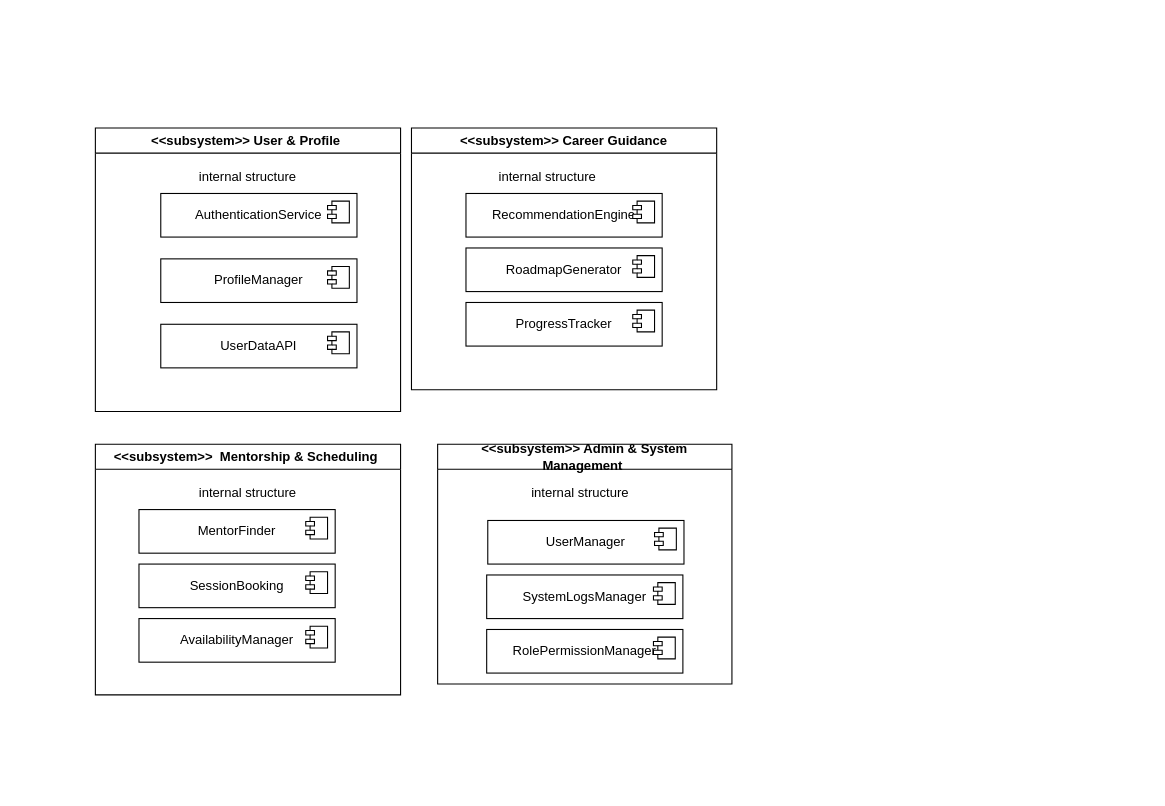
mervepakcan/Career-Path-App--Software-Development-Project- keeps this draw.io diagram as ADD_Component_Diagram_Merve_Pakcan.drawio. Above is the earlier version. Source tidied: cells renumbered, new cells numbered last; positions are measured from the earlier drawing's top-left corner, leaving out a move shared by most shapes. Both pictures are drawn from the tidied source at 109%, with x=0, y=0 at pixel (95, 128).
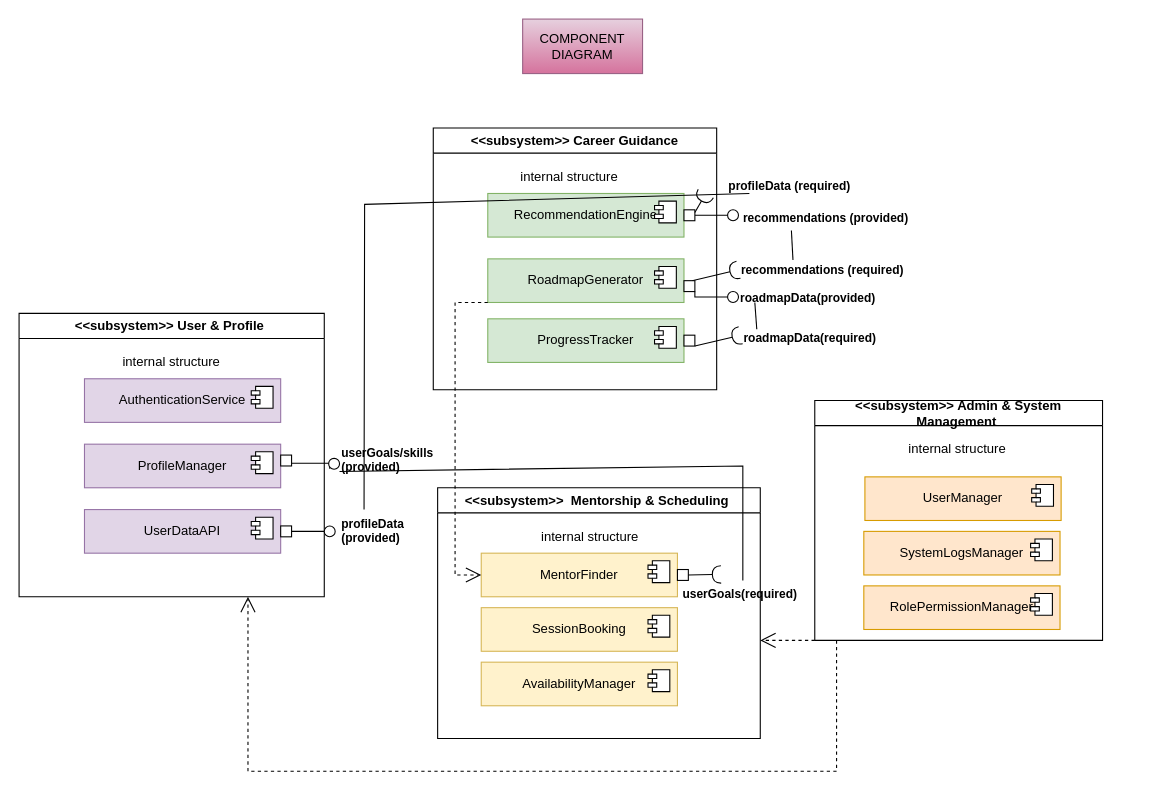
Above is the later version.

What changed in the source:
```diff
@@
     <mxCell id="2" value="&amp;lt;&amp;lt;subsystem&amp;gt;&amp;gt; User &amp;amp; Profile&amp;nbsp;" style="swimlane;whiteSpace=wrap;html=1;" parent="1" vertex="1">
-      <mxGeometry width="280" height="260" as="geometry" />
+      <mxGeometry x="-70" y="170" width="280" height="260" as="geometry" />
     </mxCell>
@@
-    <mxCell id="4" value="AuthenticationService" style="html=1;whiteSpace=wrap;" parent="2" vertex="1">
+    <mxCell id="4" value="AuthenticationService" style="html=1;whiteSpace=wrap;fillColor=#e1d5e7;strokeColor=#9673a6;" parent="2" vertex="1">
       <mxGeometry x="60" y="60" width="180" height="40" as="geometry" />
     </mxCell>
@@
-    <mxCell id="6" value="ProfileManager" style="html=1;whiteSpace=wrap;" parent="2" vertex="1">
+    <mxCell id="6" value="ProfileManager" style="html=1;whiteSpace=wrap;fillColor=#e1d5e7;strokeColor=#9673a6;" parent="2" vertex="1">
       <mxGeometry x="60" y="120" width="180" height="40" as="geometry" />
     </mxCell>
@@
-    <mxCell id="8" value="UserDataAPI" style="html=1;whiteSpace=wrap;" parent="2" vertex="1">
+    <mxCell id="8" value="UserDataAPI" style="html=1;whiteSpace=wrap;fillColor=#e1d5e7;strokeColor=#9673a6;" parent="2" vertex="1">
       <mxGeometry x="60" y="180" width="180" height="40" as="geometry" />
     </mxCell>
@@
+    <mxCell id="34" style="whiteSpace=wrap;html=1;" parent="2" vertex="1">
+      <mxGeometry x="240" y="195" width="10" height="10" as="geometry" />
+    </mxCell>
+    <mxCell id="35" style="endArrow=none;html=1;edgeStyle=orthogonalEdgeStyle;rounded=0;exitX=1;exitY=0.5;exitDx=0;exitDy=0;" parent="2" edge="1">
+      <mxGeometry relative="1" as="geometry">
+        <mxPoint x="250" y="200" as="sourcePoint" />
+        <mxPoint x="270" y="200" as="targetPoint" />
+        <Array as="points">
+          <mxPoint x="280" y="200" />
+          <mxPoint x="280" y="200" />
+        </Array>
+      </mxGeometry>
+    </mxCell>
+    <mxCell id="36" style="endArrow=none;html=1;edgeStyle=orthogonalEdgeStyle;rounded=0;entryX=0.5;entryY=1;entryDx=0;entryDy=0;" parent="2" edge="1">
+      <mxGeometry relative="1" as="geometry">
+        <mxPoint x="250" y="137.5" as="sourcePoint" />
+        <mxPoint x="285" y="142.5" as="targetPoint" />
+        <Array as="points">
+          <mxPoint x="285" y="137.5" />
+        </Array>
+      </mxGeometry>
+    </mxCell>
     <mxCell id="10" value="&amp;lt;&amp;lt;subsystem&amp;gt;&amp;gt;&amp;nbsp;&amp;nbsp;Mentorship &amp;amp; Scheduling&amp;nbsp;" style="swimlane;whiteSpace=wrap;html=1;" parent="1" vertex="1">
-      <mxGeometry y="290" width="280" height="230" as="geometry" />
+      <mxGeometry x="314" y="330" width="296" height="230" as="geometry" />
     </mxCell>
@@
-    <mxCell id="12" value="MentorFinder" style="html=1;whiteSpace=wrap;" parent="10" vertex="1">
+    <mxCell id="12" value="MentorFinder" style="html=1;whiteSpace=wrap;fillColor=#fff2cc;strokeColor=#d6b656;" parent="10" vertex="1">
       <mxGeometry x="40" y="60" width="180" height="40" as="geometry" />
     </mxCell>
@@
-    <mxCell id="14" value="SessionBooking" style="html=1;whiteSpace=wrap;" parent="10" vertex="1">
+    <mxCell id="14" value="SessionBooking" style="html=1;whiteSpace=wrap;fillColor=#fff2cc;strokeColor=#d6b656;" parent="10" vertex="1">
       <mxGeometry x="40" y="110" width="180" height="40" as="geometry" />
     </mxCell>
@@
-    <mxCell id="16" value="AvailabilityManager" style="html=1;whiteSpace=wrap;" parent="10" vertex="1">
+    <mxCell id="16" value="AvailabilityManager" style="html=1;whiteSpace=wrap;fillColor=#fff2cc;strokeColor=#d6b656;" parent="10" vertex="1">
       <mxGeometry x="40" y="160" width="180" height="40" as="geometry" />
     </mxCell>
@@
+    <mxCell id="37" style="whiteSpace=wrap;html=1;" parent="10" vertex="1">
+      <mxGeometry x="220" y="75" width="10" height="10" as="geometry" />
+    </mxCell>
+    <mxCell id="38" style="rounded=0;orthogonalLoop=1;jettySize=auto;html=1;endArrow=halfCircle;endFill=0;endSize=6;strokeWidth=1;sketch=0;fontSize=12;curved=1;" parent="10" edge="1">
+      <mxGeometry relative="1" as="geometry">
+        <mxPoint x="230" y="80" as="sourcePoint" />
+        <mxPoint x="260" y="79.5" as="targetPoint" />
+      </mxGeometry>
+    </mxCell>
+    <mxCell id="39" value=" userGoals(required)" style="text;whiteSpace=wrap;fontSize=11;fontStyle=1;" parent="10" vertex="1">
+      <mxGeometry x="220" y="85" width="120" height="40" as="geometry" />
+    </mxCell>
     <mxCell id="18" value="&amp;lt;&amp;lt;subsystem&amp;gt;&amp;gt; Admin &amp;amp; System Management&amp;nbsp;" style="swimlane;whiteSpace=wrap;html=1;" parent="1" vertex="1">
-      <mxGeometry x="314" y="290" width="270" height="220" as="geometry" />
+      <mxGeometry x="660" y="250" width="264" height="220" as="geometry" />
     </mxCell>
@@
-    <mxCell id="20" value="UserManager" style="html=1;whiteSpace=wrap;" parent="18" vertex="1">
+    <mxCell id="20" value="UserManager" style="html=1;whiteSpace=wrap;fillColor=#ffe6cc;strokeColor=#d79b00;" parent="18" vertex="1">
       <mxGeometry x="46" y="70" width="180" height="40" as="geometry" />
     </mxCell>
@@
-    <mxCell id="22" value="SystemLogsManager" style="html=1;whiteSpace=wrap;" parent="18" vertex="1">
+    <mxCell id="22" value="SystemLogsManager" style="html=1;whiteSpace=wrap;fillColor=#ffe6cc;strokeColor=#d79b00;" parent="18" vertex="1">
       <mxGeometry x="45" y="120" width="180" height="40" as="geometry" />
     </mxCell>
@@
-    <mxCell id="24" value="RolePermissionManager" style="html=1;whiteSpace=wrap;" parent="18" vertex="1">
+    <mxCell id="24" value="RolePermissionManager" style="html=1;whiteSpace=wrap;fillColor=#ffe6cc;strokeColor=#d79b00;" parent="18" vertex="1">
       <mxGeometry x="45" y="170" width="180" height="40" as="geometry" />
     </mxCell>
@@
     <mxCell id="26" value="&amp;lt;&amp;lt;subsystem&amp;gt;&amp;gt; Career Guidance" style="swimlane;whiteSpace=wrap;html=1;" parent="1" vertex="1">
-      <mxGeometry x="290" width="280" height="240" as="geometry" />
+      <mxGeometry x="310" width="260" height="240" as="geometry" />
     </mxCell>
@@
-    <mxCell id="28" value="RecommendationEngine" style="html=1;whiteSpace=wrap;" parent="26" vertex="1">
+    <mxCell id="28" value="RecommendationEngine" style="html=1;whiteSpace=wrap;fillColor=#d5e8d4;strokeColor=#82b366;" parent="26" vertex="1">
       <mxGeometry x="50" y="60" width="180" height="40" as="geometry" />
     </mxCell>
@@
-    <mxCell id="30" value="RoadmapGenerator" style="html=1;whiteSpace=wrap;" parent="26" vertex="1">
-      <mxGeometry x="50" y="110" width="180" height="40" as="geometry" />
+    <mxCell id="30" value="RoadmapGenerator" style="html=1;whiteSpace=wrap;fillColor=#d5e8d4;strokeColor=#82b366;" parent="26" vertex="1">
+      <mxGeometry x="50" y="120" width="180" height="40" as="geometry" />
     </mxCell>
@@
-    <mxCell id="32" value="ProgressTracker" style="html=1;whiteSpace=wrap;" parent="26" vertex="1">
-      <mxGeometry x="50" y="160" width="180" height="40" as="geometry" />
+    <mxCell id="32" value="ProgressTracker" style="html=1;whiteSpace=wrap;fillColor=#d5e8d4;strokeColor=#82b366;" parent="26" vertex="1">
+      <mxGeometry x="50" y="175" width="180" height="40" as="geometry" />
     </mxCell>
@@
+    <mxCell id="40" style="endArrow=none;html=1;edgeStyle=orthogonalEdgeStyle;rounded=0;entryX=0.5;entryY=1;entryDx=0;entryDy=0;" parent="26" edge="1" source="42" target="41">
+      <mxGeometry relative="1" as="geometry">
+        <Array as="points">
+          <mxPoint x="275" y="80" />
+        </Array>
+      </mxGeometry>
+    </mxCell>
+    <mxCell id="41" style="ellipse;whiteSpace=wrap;html=1;" parent="26" vertex="1">
+      <mxGeometry x="270" y="75" width="10" height="10" as="geometry" />
+    </mxCell>
+    <mxCell id="42" style="whiteSpace=wrap;html=1;" parent="26" vertex="1">
+      <mxGeometry x="230" y="75" width="10" height="10" as="geometry" />
+    </mxCell>
+    <mxCell id="43" style="rounded=0;jettySize=auto;html=1;endArrow=halfCircle;endFill=0;endSize=6;strokeWidth=1;sketch=0;fontSize=12;curved=1;exitX=0.75;exitY=0;exitDx=0;exitDy=0;" parent="26" edge="1" source="45">
+      <mxGeometry relative="1" as="geometry">
+        <mxPoint x="280" y="130" as="targetPoint" />
+      </mxGeometry>
+    </mxCell>
+    <mxCell id="44" style="endArrow=none;html=1;edgeStyle=orthogonalEdgeStyle;rounded=0;entryX=0;entryY=0.5;entryDx=0;entryDy=0;" parent="26" edge="1" target="73">
+      <mxGeometry relative="1" as="geometry">
+        <mxPoint x="240" y="150" as="sourcePoint" />
+        <Array as="points">
+          <mxPoint x="240" y="155" />
+        </Array>
+      </mxGeometry>
+    </mxCell>
+    <mxCell id="45" style="whiteSpace=wrap;html=1;" parent="26" vertex="1">
+      <mxGeometry x="230" y="140" width="10" height="10" as="geometry" />
+    </mxCell>
+    <mxCell id="46" style="whiteSpace=wrap;html=1;" parent="26" vertex="1">
+      <mxGeometry x="230" y="190" width="10" height="10" as="geometry" />
+    </mxCell>
+    <mxCell id="47" value="&lt;font style=&quot;font-size: 11px;&quot;&gt;&amp;nbsp; &amp;nbsp; &amp;nbsp; &amp;nbsp; &amp;nbsp; &amp;nbsp; &amp;nbsp; &amp;nbsp; &amp;nbsp; &amp;nbsp; &amp;nbsp; &amp;nbsp; &amp;nbsp; &amp;nbsp; &amp;nbsp; recommendations&amp;nbsp;(provided)&lt;/font&gt;" style="text;align=center;fontStyle=1;verticalAlign=middle;spacingLeft=3;spacingRight=3;strokeColor=none;points=[[0,0.5],[1,0.5]];portConstraint=eastwest;html=1;" parent="1" vertex="1">
+      <mxGeometry x="584" y="70" width="80" height="26" as="geometry" />
+    </mxCell>
+    <mxCell id="48" style="ellipse;whiteSpace=wrap;html=1;align=center;fillColor=none;strokeColor=none;perimeter=centerPerimeter;" parent="1" vertex="1">
+      <mxGeometry x="300" y="230" width="10" height="10" as="geometry" />
+    </mxCell>
+    <mxCell id="49" value="&lt;font style=&quot;font-size: 11px;&quot;&gt;&amp;nbsp; &amp;nbsp; &amp;nbsp; &amp;nbsp; &amp;nbsp; &amp;nbsp;recommendations&amp;nbsp;(required)&lt;/font&gt;" style="text;align=center;fontStyle=1;verticalAlign=middle;spacingLeft=3;spacingRight=3;strokeColor=none;html=1;" parent="1" vertex="1">
+      <mxGeometry x="610" y="117" width="80" height="26" as="geometry" />
+    </mxCell>
+    <mxCell id="50" value="roadmapData(provided)" style="text;whiteSpace=wrap;fontSize=11;fontStyle=1;" parent="1" vertex="1">
+      <mxGeometry x="590" y="143" width="110" height="40" as="geometry" />
+    </mxCell>
+    <mxCell id="51" value=" roadmapData(required)" style="text;whiteSpace=wrap;fontSize=11;fontStyle=1;" parent="1" vertex="1">
+      <mxGeometry x="590" y="180" width="140" height="40" as="geometry" />
+    </mxCell>
+    <mxCell id="52" value="profileData&#10;(provided)" style="text;whiteSpace=wrap;fontSize=11;fontStyle=1;" parent="1" vertex="1">
+      <mxGeometry x="224" y="350" width="90" height="40" as="geometry" />
+    </mxCell>
+    <mxCell id="53" style="rounded=0;jettySize=auto;html=1;endArrow=halfCircle;endFill=0;endSize=6;strokeWidth=1;sketch=0;fontSize=12;curved=1;exitX=1;exitY=0.25;exitDx=0;exitDy=0;" parent="1" edge="1" source="42">
+      <mxGeometry relative="1" as="geometry">
+        <mxPoint x="560" y="60" as="targetPoint" />
+      </mxGeometry>
+    </mxCell>
+    <mxCell id="54" value="   profileData (required)" style="text;whiteSpace=wrap;fontSize=11;fontStyle=1;" parent="1" vertex="1">
+      <mxGeometry x="570" y="40" width="130" height="40" as="geometry" />
+    </mxCell>
+    <mxCell id="55" style="whiteSpace=wrap;html=1;" parent="1" vertex="1">
+      <mxGeometry x="170" y="300" width="10" height="10" as="geometry" />
+    </mxCell>
+    <mxCell id="56" style="ellipse;whiteSpace=wrap;html=1;" parent="1" vertex="1">
+      <mxGeometry x="214" y="303" width="10" height="10" as="geometry" />
+    </mxCell>
+    <mxCell id="57" value="userGoals/skills&#10;(provided)" style="text;whiteSpace=wrap;fontSize=11;fontStyle=1;" parent="1" vertex="1">
+      <mxGeometry x="224" y="285" width="120" height="40" as="geometry" />
+    </mxCell>
+    <mxCell id="58" style="endArrow=none;html=1;rounded=0;exitX=0.25;exitY=0;exitDx=0;exitDy=0;" parent="1" edge="1" source="52">
+      <mxGeometry relative="1" as="geometry">
+        <mxPoint x="600" y="60" as="targetPoint" />
+        <Array as="points">
+          <mxPoint x="247" y="70" />
+        </Array>
+      </mxGeometry>
+    </mxCell>
+    <mxCell id="59" style="html=1;whiteSpace=wrap;align=left;verticalAlign=bottom;" parent="58" vertex="1">
+      <mxGeometry x="-1" relative="1" as="geometry" />
+    </mxCell>
+    <mxCell id="60" style="html=1;whiteSpace=wrap;align=right;verticalAlign=bottom;" parent="58" vertex="1">
+      <mxGeometry x="1" relative="1" as="geometry" />
+    </mxCell>
+    <mxCell id="61" style="endArrow=none;html=1;rounded=0;exitX=0;exitY=0.75;exitDx=0;exitDy=0;entryX=0.5;entryY=0;entryDx=0;entryDy=0;" parent="1" edge="1" source="57" target="39">
+      <mxGeometry relative="1" as="geometry">
+        <Array as="points">
+          <mxPoint x="594" y="310" />
+        </Array>
+      </mxGeometry>
+    </mxCell>
+    <mxCell id="62" style="html=1;whiteSpace=wrap;align=left;verticalAlign=bottom;" parent="61" vertex="1">
+      <mxGeometry x="-1" relative="1" as="geometry">
+        <mxPoint x="-10" y="170" as="offset" />
+      </mxGeometry>
+    </mxCell>
+    <mxCell id="63" style="html=1;whiteSpace=wrap;align=right;verticalAlign=bottom;" parent="61" vertex="1">
+      <mxGeometry x="1" relative="1" as="geometry">
+        <mxPoint x="370" y="45" as="offset" />
+      </mxGeometry>
+    </mxCell>
+    <mxCell id="64" style="endArrow=none;html=1;rounded=0;exitX=0.682;exitY=0.921;exitDx=0;exitDy=0;exitPerimeter=0;" parent="1" edge="1" source="47">
+      <mxGeometry relative="1" as="geometry">
+        <mxPoint x="640" y="121" as="targetPoint" />
+      </mxGeometry>
+    </mxCell>
+    <mxCell id="65" style="html=1;whiteSpace=wrap;align=right;verticalAlign=bottom;" parent="64" vertex="1">
+      <mxGeometry x="1" relative="1" as="geometry" />
+    </mxCell>
+    <mxCell id="66" style="endArrow=none;html=1;rounded=0;entryX=0.12;entryY=0.113;entryDx=0;entryDy=0;entryPerimeter=0;" parent="1" edge="1" target="51">
+      <mxGeometry relative="1" as="geometry">
+        <mxPoint x="605" y="160" as="sourcePoint" />
+      </mxGeometry>
+    </mxCell>
+    <mxCell id="67" style="html=1;whiteSpace=wrap;align=right;verticalAlign=bottom;" parent="66" vertex="1">
+      <mxGeometry x="1" relative="1" as="geometry" />
+    </mxCell>
+    <mxCell id="68" style="endArrow=open;endSize=12;dashed=1;html=1;rounded=0;exitX=0;exitY=1;exitDx=0;exitDy=0;entryX=0;entryY=0.5;entryDx=0;entryDy=0;" parent="1" edge="1" source="30" target="12">
+      <mxGeometry relative="1" as="geometry">
+        <Array as="points">
+          <mxPoint x="330" y="160" />
+          <mxPoint x="330" y="300" />
+          <mxPoint x="330" y="410" />
+        </Array>
+      </mxGeometry>
+    </mxCell>
+    <mxCell id="69" style="endArrow=open;endSize=12;dashed=1;html=1;rounded=0;exitX=0;exitY=1;exitDx=0;exitDy=0;" parent="1" edge="1" source="18">
+      <mxGeometry relative="1" as="geometry">
+        <mxPoint x="610" y="470" as="targetPoint" />
+      </mxGeometry>
+    </mxCell>
+    <mxCell id="70" style="endArrow=open;endSize=12;dashed=1;html=1;rounded=0;entryX=0.75;entryY=1;entryDx=0;entryDy=0;" parent="1" edge="1" target="2">
+      <mxGeometry relative="1" as="geometry">
+        <mxPoint x="680" y="470" as="sourcePoint" />
+        <Array as="points">
+          <mxPoint x="680" y="590" />
+          <mxPoint x="140" y="590" />
+        </Array>
+      </mxGeometry>
+    </mxCell>
+    <mxCell id="71" value="COMPONENT DIAGRAM" style="html=1;whiteSpace=wrap;fillColor=#e6d0de;gradientColor=#d5739d;strokeColor=#996185;" parent="1" vertex="1">
+      <mxGeometry x="392" y="-100" width="110" height="50" as="geometry" />
+    </mxCell>
+    <mxCell id="72" style="rounded=0;orthogonalLoop=1;jettySize=auto;html=1;endArrow=halfCircle;endFill=0;endSize=6;strokeWidth=1;sketch=0;fontSize=12;curved=1;exitX=0.75;exitY=0;exitDx=0;exitDy=0;" parent="1" edge="1">
+      <mxGeometry relative="1" as="geometry">
+        <mxPoint x="550" y="200" as="sourcePoint" />
+        <mxPoint x="592" y="190" as="targetPoint" />
+      </mxGeometry>
+    </mxCell>
+    <mxCell id="73" style="ellipse;whiteSpace=wrap;html=1;" parent="1" vertex="1">
+      <mxGeometry x="580" y="150" width="10" height="10" as="geometry" />
+    </mxCell>
+    <mxCell id="74" style="ellipse;whiteSpace=wrap;html=1;" parent="1" vertex="1">
+      <mxGeometry x="210" y="365" width="10" height="10" as="geometry" />
+    </mxCell>
```
